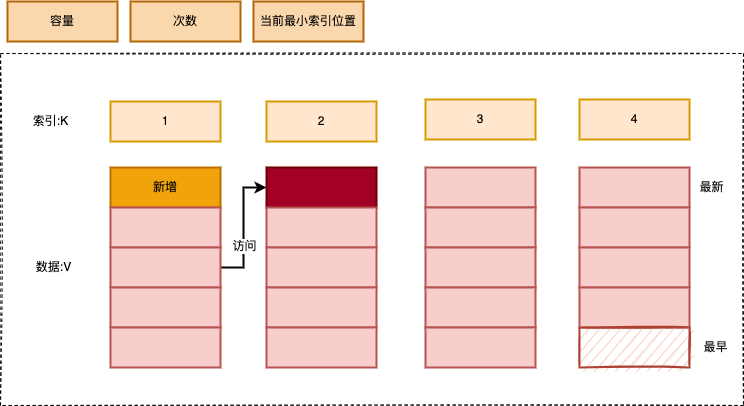
This is LFU.png from 845642761/diagram, a draw.io export, as it was before one commit. Source tidied: cells renumbered, new cells last; positions are measured from the earlier drawing's top-left corner, leaving out a move shared by most shapes.
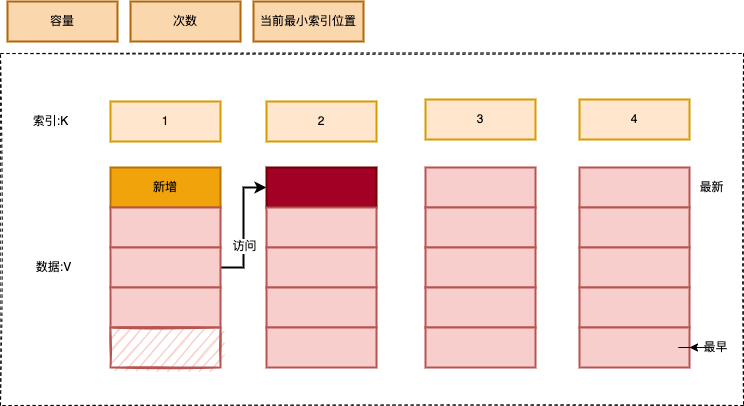
After the commit.

Change to the diagram source:
```diff
@@ -38,7 +38,7 @@
     <mxCell id="13" style="rounded=0;whiteSpace=wrap;html=1;strokeWidth=2;fillColor=#f8cecc;strokeColor=#b85450;" parent="1" vertex="1">
       <mxGeometry x="110" y="286" width="110" height="40" as="geometry" />
     </mxCell>
-    <mxCell id="14" style="rounded=0;whiteSpace=wrap;html=1;strokeWidth=2;fillColor=#f8cecc;strokeColor=#b85450;sketch=0;fontColor=default;" parent="1" vertex="1">
+    <mxCell id="14" style="rounded=0;whiteSpace=wrap;html=1;strokeWidth=2;fillColor=#f8cecc;strokeColor=#b85450;sketch=1;fontColor=default;" parent="1" vertex="1">
       <mxGeometry x="110" y="326" width="110" height="40" as="geometry" />
     </mxCell>
     <mxCell id="15" style="rounded=0;whiteSpace=wrap;html=1;strokeWidth=2;fillColor=#a20025;strokeColor=#6F0000;fontColor=#ffffff;" parent="1" vertex="1">
@@ -83,7 +83,7 @@
     <mxCell id="28" style="rounded=0;whiteSpace=wrap;html=1;strokeWidth=2;fillColor=#f8cecc;strokeColor=#b85450;" parent="1" vertex="1">
       <mxGeometry x="579" y="286" width="110" height="40" as="geometry" />
     </mxCell>
-    <mxCell id="29" style="rounded=0;whiteSpace=wrap;html=1;strokeWidth=2;fillColor=#fad9d5;strokeColor=#ae4132;sketch=1;shadow=0;" parent="1" vertex="1">
+    <mxCell id="29" style="rounded=0;whiteSpace=wrap;html=1;strokeWidth=2;fillColor=#f8cecc;strokeColor=#b85450;sketch=0;shadow=0;" parent="1" vertex="1">
       <mxGeometry x="579" y="326" width="110" height="40" as="geometry" />
     </mxCell>
     <mxCell id="30" style="edgeStyle=orthogonalEdgeStyle;rounded=0;orthogonalLoop=1;jettySize=auto;html=1;exitX=0.5;exitY=1;exitDx=0;exitDy=0;strokeWidth=2;fillColor=#ffe6cc;strokeColor=#d79b00;" parent="1" edge="1" source="6" target="6">
@@ -101,6 +101,9 @@
     <mxCell id="34" value="最新" style="text;html=1;align=center;verticalAlign=middle;strokeColor=none;fillColor=none;" parent="1" vertex="1">
       <mxGeometry x="694" y="177" width="34" height="18" as="geometry" />
     </mxCell>
+    <mxCell id="37" style="edgeStyle=orthogonalEdgeStyle;rounded=0;jettySize=auto;html=1;" parent="1" edge="1" source="35" target="29">
+      <mxGeometry relative="1" as="geometry" />
+    </mxCell>
     <mxCell id="35" value="最早" style="text;html=1;align=center;verticalAlign=middle;points=[];strokeColor=none;fillColor=none;" parent="1" vertex="1">
       <mxGeometry x="698" y="337" width="34" height="18" as="geometry" />
     </mxCell>
```
